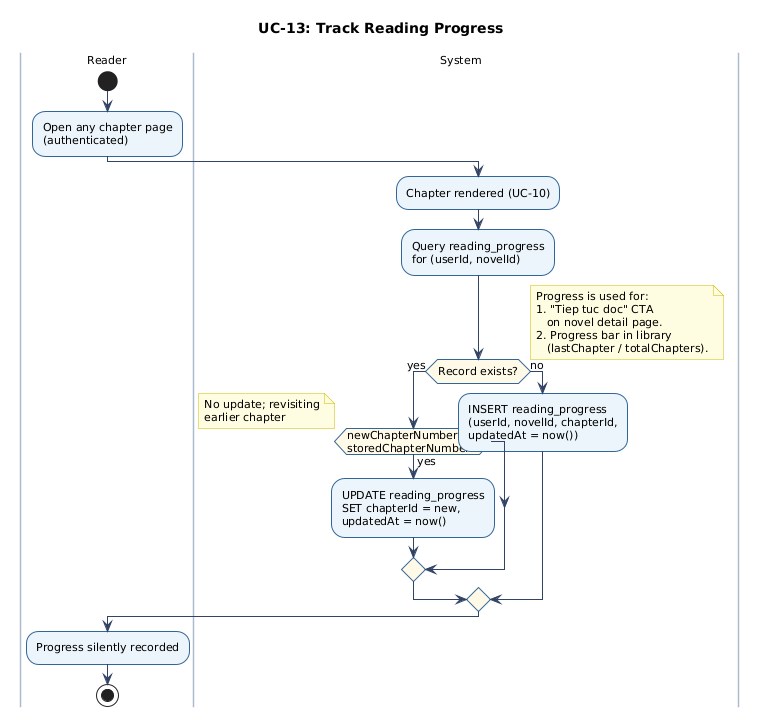
Before: docs/figures/uc-13-activity.png, a diagram exported from PlantUML (chinhbmt122/Software-Architecture).
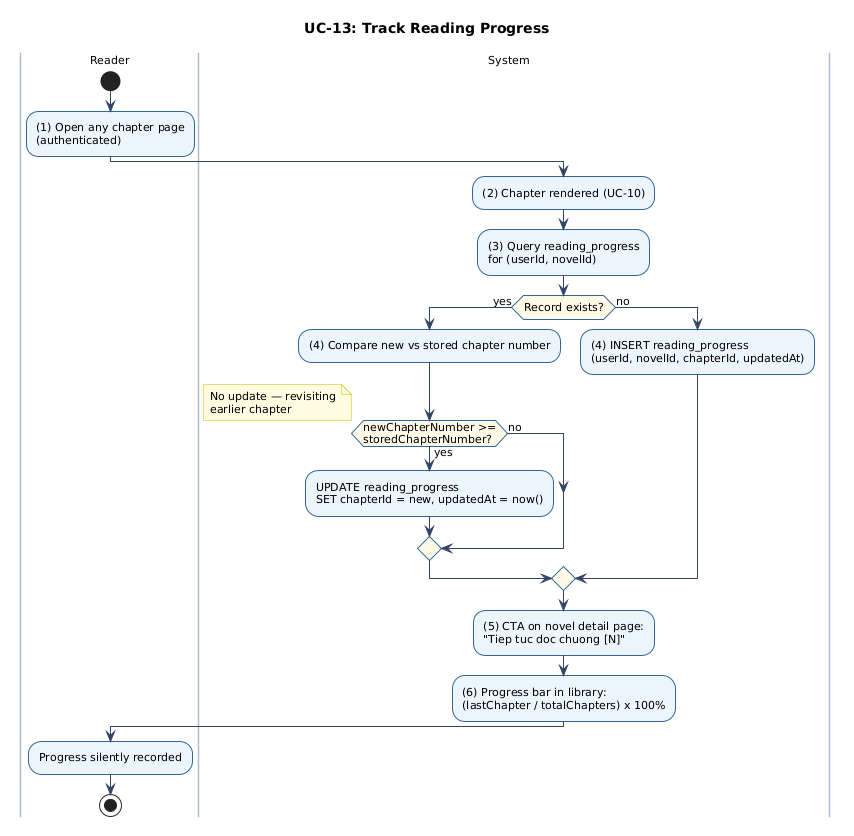
After the change.

What changed in the source:
```diff
@@ -15,26 +15,22 @@
 title UC-13: Track Reading Progress
 |Reader|
 start
-:Open any chapter page\n(authenticated);
+:(1) Open any chapter page\n(authenticated);
 |System|
-:Chapter rendered (UC-10);
-:Query reading_progress\nfor (userId, novelId);
+:(2) Chapter rendered (UC-10);
+:(3) Query reading_progress\nfor (userId, novelId);
 if (Record exists?) then (yes)
+  :(4) Compare new vs stored chapter number;
   if (newChapterNumber >=\nstoredChapterNumber?) then (yes)
-    :UPDATE reading_progress\nSET chapterId = new,\nupdatedAt = now();
+    :UPDATE reading_progress\nSET chapterId = new, updatedAt = now();
   else (no)
-    note right: No update; revisiting\nearlier chapter
+    note right: No update — revisiting\nearlier chapter
   endif
 else (no)
-  :INSERT reading_progress\n(userId, novelId, chapterId,\nupdatedAt = now());
+  :(4) INSERT reading_progress\n(userId, novelId, chapterId, updatedAt);
 endif
-note right
-  Progress is used for:
-  1. "Tiep tuc doc" CTA
-     on novel detail page.
-  2. Progress bar in library
-     (lastChapter / totalChapters).
-end note
+:(5) CTA on novel detail page:\n"Tiep tuc doc chuong [N]";
+:(6) Progress bar in library:\n(lastChapter / totalChapters) x 100%;
 |Reader|
 :Progress silently recorded;
 stop
```
